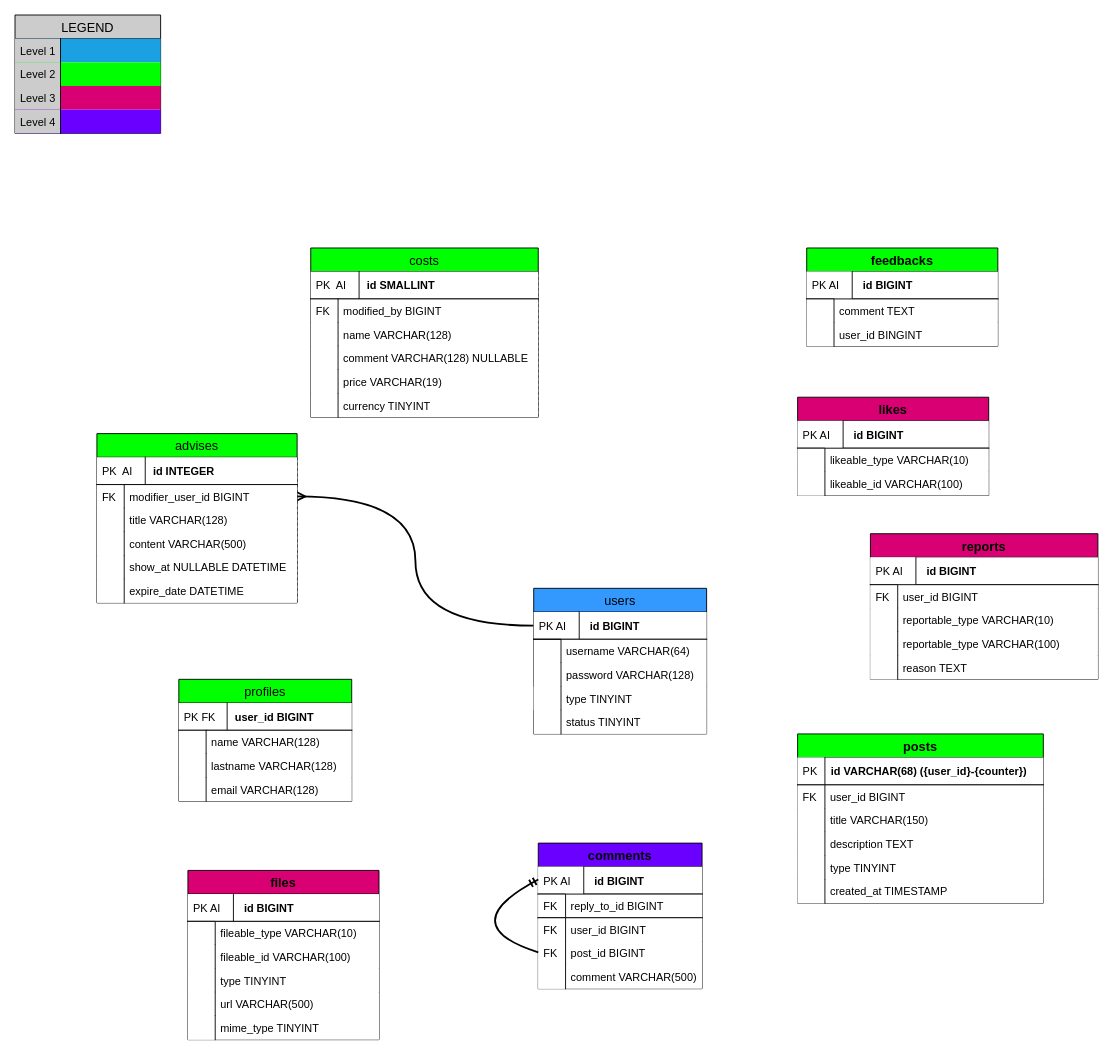
Before: database/db.drawio in Binaretech/ugma-today-api, a draw.io diagram. Source tidied: cells renumbered, new cells numbered last; positions are measured from the earlier drawing's top-left corner, leaving out a move shared by most shapes. Both pictures are drawn from the tidied source at 91%, with x=0, y=0 at pixel (15, 15).
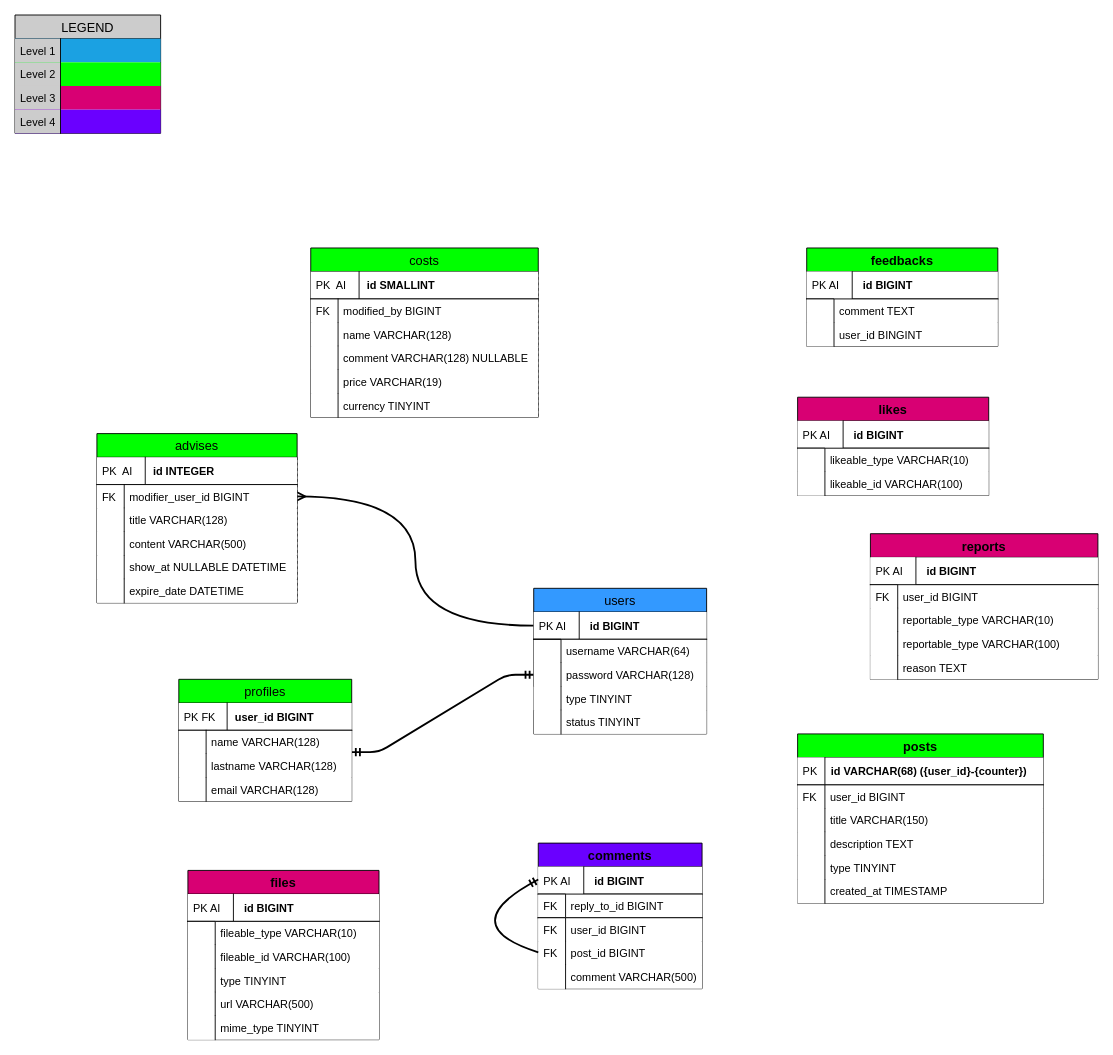
The same page after the edit.

The change refers to these unchanged cells:
```xml
<mxCell id="13" value="lastname VARCHAR(128)" style="shape=partialRectangle;top=0;left=0;right=0;bottom=0;align=left;verticalAlign=top;fillColor=#ffffff;spacingLeft=34;spacingRight=4;overflow=hidden;points=[[0,0.5],[1,0.5]];portConstraint=eastwest;fontSize=12;fontColor=#000000;strokeColor=#000000;fontStyle=0;" parent="8" vertex="1">
  <mxGeometry y="82" width="190" height="26" as="geometry" />
</mxCell>
<mxCell id="86" value="password VARCHAR(128)" style="shape=partialRectangle;top=0;left=0;right=0;bottom=0;align=left;verticalAlign=top;fillColor=#ffffff;spacingLeft=34;spacingRight=4;overflow=hidden;points=[[0,0.5],[1,0.5]];portConstraint=eastwest;fontSize=12;fontColor=#000000;strokeColor=#000000;fontStyle=0;" parent="81" vertex="1">
  <mxGeometry y="82" width="190" height="26" as="geometry" />
</mxCell>
```

What changed in the source:
```diff
@@
-    <mxCell id="2" style="edgeStyle=entityRelationEdgeStyle;fontSize=12;html=1;endArrow=ERmandOne;startArrow=ERmandOne;strokeColor=#FFFFFF;strokeWidth=2;entryX=0;entryY=0.5;entryDx=0;entryDy=0;exitX=1;exitY=-0.077;exitDx=0;exitDy=0;exitPerimeter=0;fontStyle=0;fontColor=#000000;" parent="1" edge="1" source="13" target="86">
+    <mxCell id="2" style="edgeStyle=entityRelationEdgeStyle;fontSize=12;html=1;endArrow=ERmandOne;startArrow=ERmandOne;strokeColor=#000000;strokeWidth=2;entryX=0;entryY=0.5;entryDx=0;entryDy=0;exitX=1;exitY=-0.077;exitDx=0;exitDy=0;exitPerimeter=0;fontStyle=0;fontColor=#000000;" parent="1" edge="1" source="13" target="86">
       <mxGeometry relative="1" as="geometry" />
     </mxCell>
```
